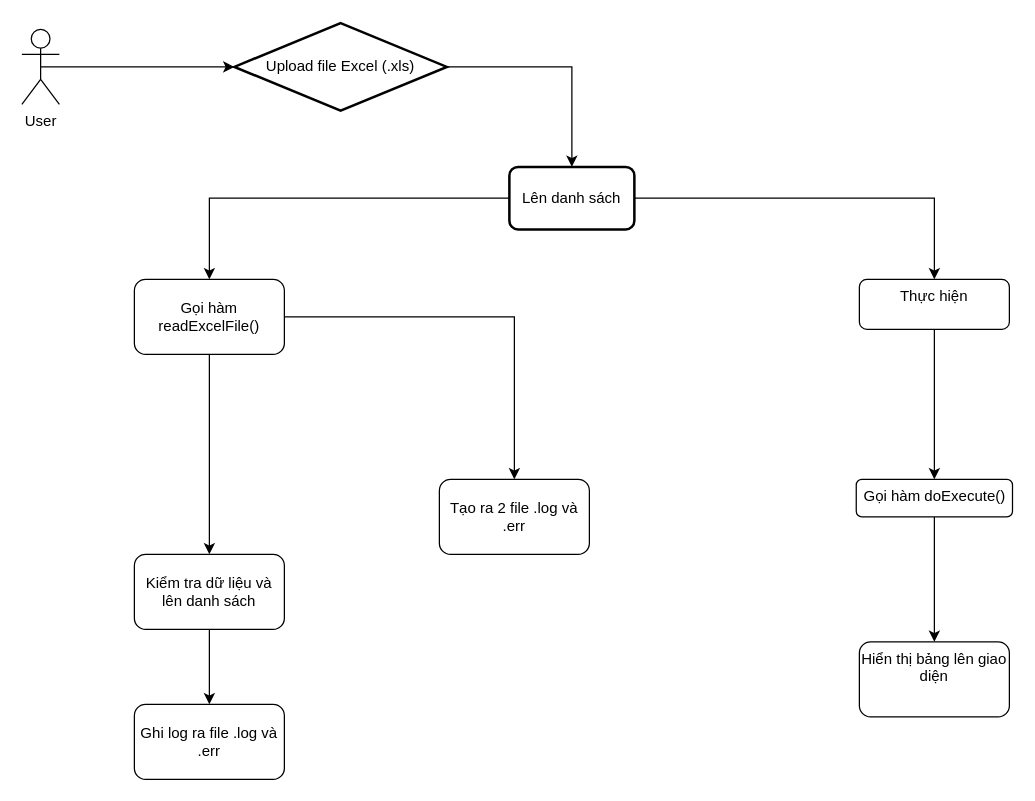
Before: Untitled Diagram.drawio in lehahung2k/No-Name, a draw.io diagram. Source tidied: cells renumbered, new cells numbered last; positions are measured from the earlier drawing's top-left corner, leaving out a move shared by most shapes. Both pictures are drawn from the tidied source at 125%, with x=0, y=0 at pixel (21, 22).
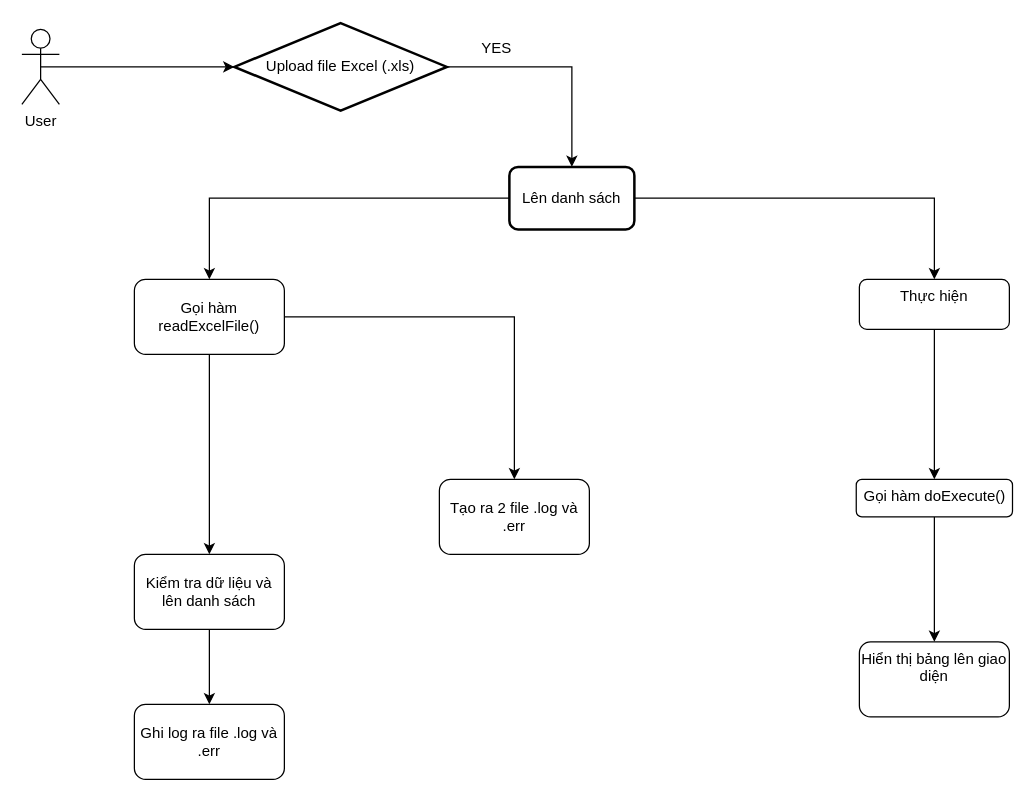
Above is the later version.

Change to the diagram source:
```diff
@@
+    <mxCell id="21" value="YES" style="text;html=1;strokeColor=none;fillColor=none;align=center;verticalAlign=middle;whiteSpace=wrap;rounded=0;" parent="1" vertex="1">
+      <mxGeometry x="350" y="5" width="60" height="30" as="geometry" />
+    </mxCell>
```
